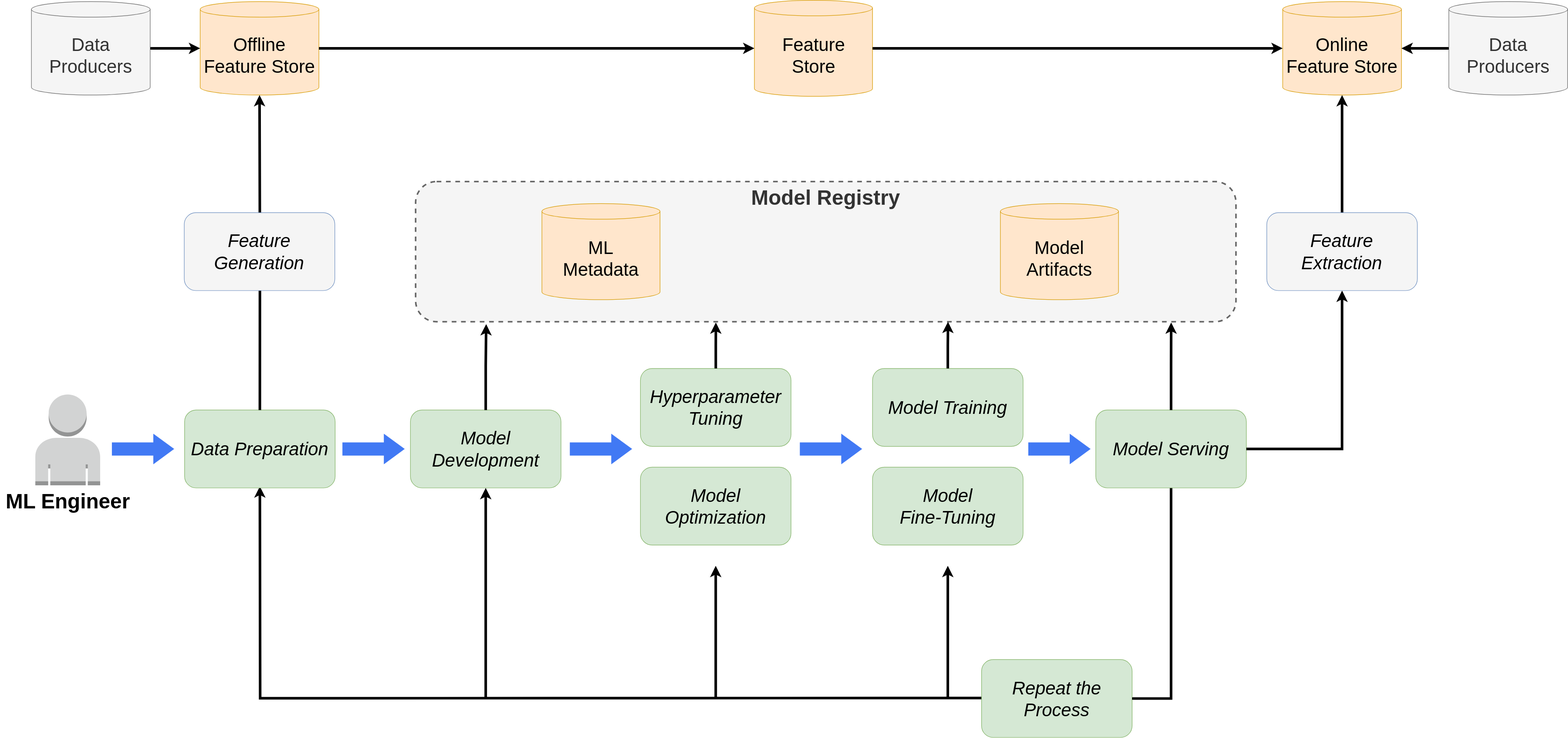
Before: content/en/docs/started/images/ml-lifecycle.drawio.svg, a diagram exported from draw.io (kubeflow/website). Source tidied: cells renumbered, new cells last; positions are measured from the earlier drawing's top-left corner, leaving out a move shared by most shapes.
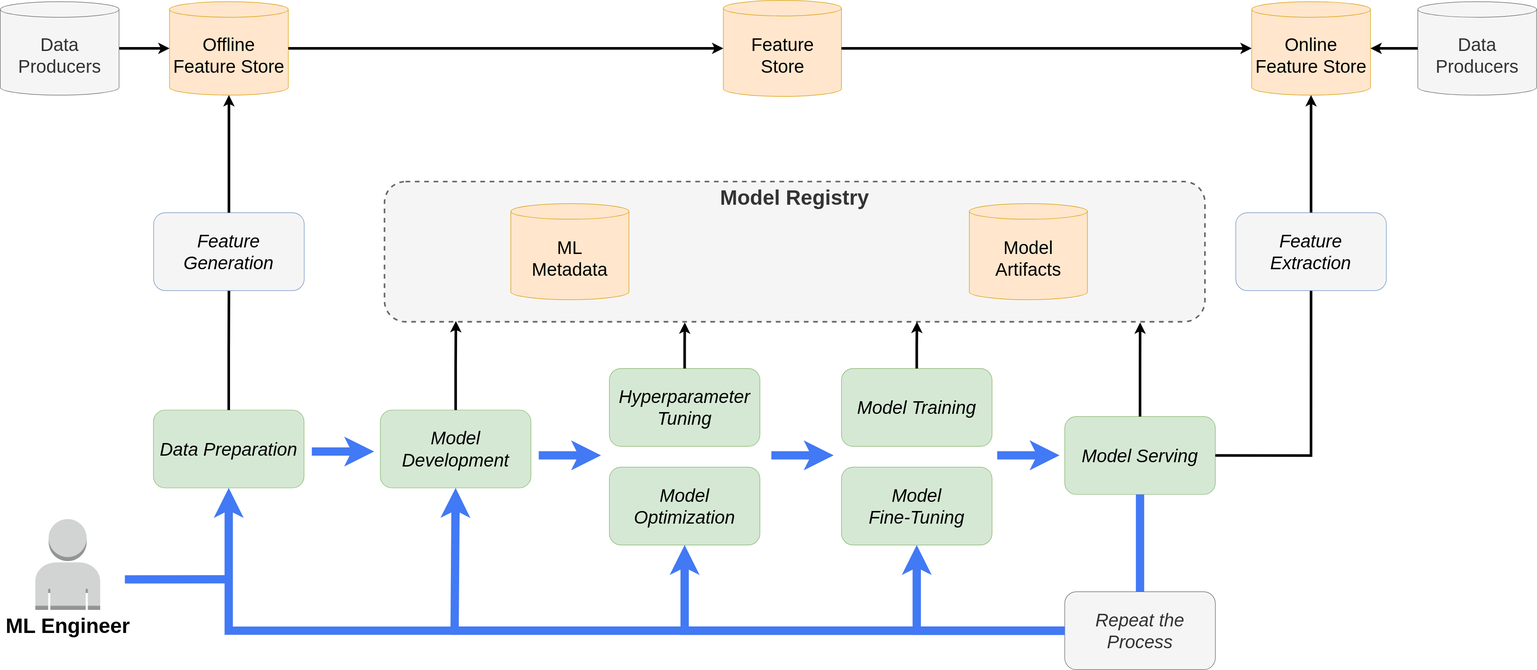
After the commit.

Diff of the diagram source:
```diff
@@ -2,43 +2,19 @@
   <root>
     <mxCell id="0" />
     <mxCell id="1" parent="0" />
-    <mxCell id="2" style="group;" parent="1" vertex="1">
-      <mxGeometry x="20" y="759.1" width="240" height="234.9" as="geometry" />
-    </mxCell>
-    <mxCell id="3" style="dashed=0;verticalLabelPosition=bottom;verticalAlign=top;align=center;html=1;shape=mxgraph.aws3.user;fillColor=#D2D3D3;gradientColor=none;" parent="2" vertex="1">
-      <mxGeometry x="47.5" width="124.9" height="174.9" as="geometry" />
-    </mxCell>
-    <mxCell id="4" value="&lt;b&gt;&lt;font style=&quot;font-size: 40px;&quot;&gt;ML Engineer&lt;/font&gt;&lt;/b&gt;" style="text;html=1;align=center;verticalAlign=middle;strokeColor=none;fillColor=none;fontSize=35;" parent="2" vertex="1">
-      <mxGeometry x="-20" y="174.9" width="260" height="60" as="geometry" />
-    </mxCell>
-    <mxCell id="5" style="edgeStyle=orthogonalEdgeStyle;rounded=0;orthogonalLoop=1;jettySize=auto;html=1;entryX=0.5;entryY=1;entryDx=0;entryDy=0;strokeWidth=5;" parent="1" edge="1">
-      <mxGeometry relative="1" as="geometry">
-        <mxPoint x="2070" y="1343.5" as="sourcePoint" />
-        <mxPoint x="500" y="936" as="targetPoint" />
-      </mxGeometry>
-    </mxCell>
-    <mxCell id="6" value="&lt;div&gt;Repeat the Process&lt;/div&gt;" style="rounded=1;whiteSpace=wrap;html=1;fillColor=#d5e8d4;strokeColor=#82b366;fontSize=35;fontStyle=2;" parent="1" vertex="1">
-      <mxGeometry x="1890" y="1269.5" width="290" height="150" as="geometry" />
-    </mxCell>
     <mxCell id="7" value="&lt;div&gt;Data Preparation&lt;/div&gt;" style="rounded=1;whiteSpace=wrap;html=1;fillColor=#d5e8d4;strokeColor=#82b366;fontSize=35;fontStyle=2;" parent="1" vertex="1">
       <mxGeometry x="355" y="789" width="290" height="150" as="geometry" />
     </mxCell>
     <mxCell id="8" value="Model Development" style="rounded=1;whiteSpace=wrap;html=1;fontSize=35;fontStyle=2;fillColor=#d5e8d4;strokeColor=#82b366;" parent="1" vertex="1">
-      <mxGeometry x="790" y="789" width="290" height="150" as="geometry" />
+      <mxGeometry x="792" y="789" width="290" height="150" as="geometry" />
     </mxCell>
-    <mxCell id="9" style="shape=singleArrow;whiteSpace=wrap;html=1;arrowWidth=0.4307692307692277;arrowSize=0.3352071005917159;fillColor=#4179f4;strokeColor=none;" parent="1" vertex="1">
-      <mxGeometry x="659" y="834.5" width="120" height="59" as="geometry" />
-    </mxCell>
-    <mxCell id="10" style="shape=singleArrow;whiteSpace=wrap;html=1;arrowWidth=0.4307692307692277;arrowSize=0.3352071005917159;fillColor=#4179f4;strokeColor=none;" parent="1" vertex="1">
-      <mxGeometry x="215" y="834.5" width="120" height="59" as="geometry" />
-    </mxCell>
     <mxCell id="11" value="Feature &lt;br&gt;Store" style="shape=cylinder3;whiteSpace=wrap;html=1;boundedLbl=1;backgroundOutline=1;size=15;fillColor=#ffe6cc;strokeColor=#d79b00;fontSize=35;" parent="1" vertex="1">
       <mxGeometry x="1452.5" width="227.5" height="185" as="geometry" />
     </mxCell>
     <mxCell id="12" value="Offline Feature Store" style="shape=cylinder3;whiteSpace=wrap;html=1;boundedLbl=1;backgroundOutline=1;size=15;fillColor=#ffe6cc;strokeColor=#d79b00;fontSize=35;" parent="1" vertex="1">
-      <mxGeometry x="385" y="2.5" width="228.8" height="180" as="geometry" />
+      <mxGeometry x="386" y="2.5" width="228.8" height="180" as="geometry" />
     </mxCell>
-    <mxCell id="13" style="edgeStyle=orthogonalEdgeStyle;rounded=0;jettySize=auto;html=1;entryX=0.5;entryY=1;entryDx=0;entryDy=0;entryPerimeter=0;strokeWidth=5;exitX=0.5;exitY=0;exitDx=0;exitDy=0;" parent="1" edge="1" source="7" target="12">
+    <mxCell id="13" style="edgeStyle=orthogonalEdgeStyle;rounded=0;jettySize=auto;html=1;entryX=0.5;entryY=1;entryDx=0;entryDy=0;strokeWidth=5;exitX=0.5;exitY=0;exitDx=0;exitDy=0;endArrow=none;startFill=0;" parent="1" edge="1" source="7" target="34">
       <mxGeometry relative="1" as="geometry" />
     </mxCell>
     <mxCell id="14" value="Online Feature Store" style="shape=cylinder3;whiteSpace=wrap;html=1;boundedLbl=1;backgroundOutline=1;size=15;fillColor=#ffe6cc;strokeColor=#d79b00;fontSize=35;" parent="1" vertex="1">
@@ -53,29 +29,6 @@
     <mxCell id="17" value="Data Producers" style="shape=cylinder3;whiteSpace=wrap;html=1;boundedLbl=1;backgroundOutline=1;size=15;fontSize=35;fillColor=#f5f5f5;fontColor=#333333;strokeColor=#666666;" parent="1" vertex="1">
       <mxGeometry x="2790" y="2.5" width="228.8" height="180" as="geometry" />
     </mxCell>
-    <mxCell id="18" style="edgeStyle=none;jettySize=auto;html=1;rounded=0;entryX=0.5;entryY=1;entryDx=0;entryDy=0;strokeWidth=5;" parent="1" edge="1" target="8">
-      <mxGeometry relative="1" as="geometry">
-        <mxPoint x="935" y="1342" as="sourcePoint" />
-      </mxGeometry>
-    </mxCell>
-    <mxCell id="19" style="shape=singleArrow;whiteSpace=wrap;html=1;arrowWidth=0.4307692307692277;arrowSize=0.3352071005917159;fillColor=#4179f4;strokeColor=none;" parent="1" vertex="1">
-      <mxGeometry x="1097" y="834.5" width="120" height="59" as="geometry" />
-    </mxCell>
-    <mxCell id="20" style="edgeStyle=none;orthogonalLoop=1;jettySize=auto;html=1;rounded=0;entryX=0.5;entryY=1;entryDx=0;entryDy=0;strokeWidth=5;" parent="1" edge="1">
-      <mxGeometry relative="1" as="geometry">
-        <mxPoint x="1378" y="1342" as="sourcePoint" />
-        <mxPoint x="1378" y="1089" as="targetPoint" />
-      </mxGeometry>
-    </mxCell>
-    <mxCell id="21" style="edgeStyle=none;orthogonalLoop=1;jettySize=auto;html=1;rounded=0;entryX=0.5;entryY=1;entryDx=0;entryDy=0;strokeWidth=5;" parent="1" edge="1">
-      <mxGeometry relative="1" as="geometry">
-        <mxPoint x="1825" y="1342" as="sourcePoint" />
-        <mxPoint x="1825" y="1089" as="targetPoint" />
-      </mxGeometry>
-    </mxCell>
-    <mxCell id="22" style="edgeStyle=orthogonalEdgeStyle;rounded=0;jettySize=auto;html=1;entryX=1;entryY=0.5;entryDx=0;entryDy=0;strokeWidth=5;endArrow=none;endFill=0;exitX=0.5;exitY=1;exitDx=0;exitDy=0;" parent="1" edge="1" source="27" target="6">
-      <mxGeometry relative="1" as="geometry" />
-    </mxCell>
     <mxCell id="23" value="Hyperparameter Tuning" style="rounded=1;whiteSpace=wrap;html=1;fillColor=#d5e8d4;strokeColor=#82b366;fontSize=35;fontStyle=2;" parent="1" vertex="1">
       <mxGeometry x="1233" y="709" width="290" height="150" as="geometry" />
     </mxCell>
@@ -89,7 +42,7 @@
       <mxGeometry x="1680" y="899" width="290" height="150" as="geometry" />
     </mxCell>
     <mxCell id="27" value="Model Serving" style="rounded=1;whiteSpace=wrap;html=1;fillColor=#d5e8d4;strokeColor=#82b366;fontSize=35;fontStyle=2;" parent="1" vertex="1">
-      <mxGeometry x="2110" y="789" width="290" height="150" as="geometry" />
+      <mxGeometry x="2110" y="801.6" width="290" height="150" as="geometry" />
     </mxCell>
     <mxCell id="28" style="edgeStyle=orthogonalEdgeStyle;rounded=0;jettySize=auto;html=1;entryX=0;entryY=0.5;entryDx=0;entryDy=0;entryPerimeter=0;strokeWidth=5;" parent="1" edge="1" source="12" target="11">
       <mxGeometry relative="1" as="geometry" />
@@ -97,12 +50,6 @@
     <mxCell id="29" style="edgeStyle=orthogonalEdgeStyle;rounded=0;jettySize=auto;html=1;entryX=0;entryY=0.5;entryDx=0;entryDy=0;entryPerimeter=0;strokeWidth=5;exitX=1;exitY=0.5;exitDx=0;exitDy=0;exitPerimeter=0;" parent="1" edge="1" source="11" target="14">
       <mxGeometry relative="1" as="geometry" />
     </mxCell>
-    <mxCell id="30" style="shape=singleArrow;whiteSpace=wrap;html=1;arrowWidth=0.4307692307692277;arrowSize=0.3352071005917159;fillColor=#4179f4;strokeColor=none;" parent="1" vertex="1">
-      <mxGeometry x="1980" y="834.5" width="120" height="59" as="geometry" />
-    </mxCell>
-    <mxCell id="31" style="shape=singleArrow;whiteSpace=wrap;html=1;arrowWidth=0.4307692307692277;arrowSize=0.3352071005917159;fillColor=#4179f4;strokeColor=none;" parent="1" vertex="1">
-      <mxGeometry x="1540" y="834.5" width="120" height="59" as="geometry" />
-    </mxCell>
     <mxCell id="32" style="edgeStyle=orthogonalEdgeStyle;rounded=0;jettySize=auto;html=1;strokeWidth=5;" parent="1" edge="1" source="33" target="12">
       <mxGeometry relative="1" as="geometry" />
     </mxCell>
@@ -110,7 +57,7 @@
       <mxGeometry x="60" y="2.5" width="228.8" height="180" as="geometry" />
     </mxCell>
     <mxCell id="34" value="Feature&lt;br&gt;Generation" style="rounded=1;whiteSpace=wrap;html=1;fillColor=#f5f5f5;strokeColor=#6c8ebf;fontSize=35;fontStyle=2;" parent="1" vertex="1">
-      <mxGeometry x="354.4" y="409" width="290" height="150" as="geometry" />
+      <mxGeometry x="355.4" y="409" width="290" height="150" as="geometry" />
     </mxCell>
     <mxCell id="35" value="Model Registry" style="rounded=1;whiteSpace=wrap;html=1;dashed=1;fillColor=#f5f5f5;strokeWidth=3;strokeColor=#666666;fontSize=40;verticalAlign=top;fontStyle=1;fontColor=#333333;" parent="1" vertex="1">
       <mxGeometry x="800" y="349" width="1580" height="270" as="geometry" />
@@ -121,7 +68,7 @@
     <mxCell id="37" value="Model Artifacts" style="shape=cylinder3;whiteSpace=wrap;html=1;boundedLbl=1;backgroundOutline=1;size=15;fillColor=#ffe6cc;strokeColor=#d79b00;fontSize=35;" parent="1" vertex="1">
       <mxGeometry x="1926.2" y="391.5" width="227.5" height="185" as="geometry" />
     </mxCell>
-    <mxCell id="38" style="edgeStyle=orthogonalEdgeStyle;rounded=0;jettySize=auto;html=1;entryX=0.086;entryY=1.017;entryDx=0;entryDy=0;entryPerimeter=0;strokeWidth=5;" parent="1" edge="1" source="8" target="35">
+    <mxCell id="38" style="edgeStyle=orthogonalEdgeStyle;rounded=0;jettySize=auto;html=1;entryX=0.087;entryY=0.995;entryDx=0;entryDy=0;entryPerimeter=0;strokeWidth=5;" parent="1" edge="1" source="8" target="35">
       <mxGeometry relative="1" as="geometry" />
     </mxCell>
     <mxCell id="39" style="edgeStyle=orthogonalEdgeStyle;rounded=0;jettySize=auto;html=1;entryX=0.366;entryY=1.005;entryDx=0;entryDy=0;entryPerimeter=0;strokeWidth=5;" parent="1" edge="1" source="23" target="35">
@@ -133,11 +80,83 @@
     <mxCell id="41" style="edgeStyle=orthogonalEdgeStyle;rounded=0;jettySize=auto;html=1;entryX=0.921;entryY=1.005;entryDx=0;entryDy=0;entryPerimeter=0;strokeWidth=5;" parent="1" edge="1" source="27" target="35">
       <mxGeometry relative="1" as="geometry" />
     </mxCell>
-    <mxCell id="42" style="edgeStyle=orthogonalEdgeStyle;rounded=0;jettySize=auto;html=1;entryX=0.5;entryY=1;entryDx=0;entryDy=0;entryPerimeter=0;strokeWidth=5;endArrow=classic;endFill=1;startArrow=none;startFill=0;exitX=1;exitY=0.5;exitDx=0;exitDy=0;" parent="1" edge="1" source="27" target="43">
+    <mxCell id="42" style="edgeStyle=orthogonalEdgeStyle;rounded=0;jettySize=auto;html=1;entryX=0.5;entryY=1;entryDx=0;entryDy=0;entryPerimeter=0;strokeWidth=5;endArrow=none;endFill=1;startArrow=none;startFill=0;exitX=1;exitY=0.5;exitDx=0;exitDy=0;" parent="1" edge="1" source="27" target="43">
       <mxGeometry relative="1" as="geometry" />
     </mxCell>
     <mxCell id="43" value="Feature&lt;br&gt;Extraction" style="rounded=1;whiteSpace=wrap;html=1;fillColor=#f5f5f5;strokeColor=#6c8ebf;fontSize=35;fontStyle=2;" parent="1" vertex="1">
       <mxGeometry x="2439.4" y="409" width="290" height="150" as="geometry" />
     </mxCell>
+    <mxCell id="44" style="edgeStyle=orthogonalEdgeStyle;rounded=0;jettySize=auto;html=1;strokeWidth=16;exitX=0;exitY=0.5;exitDx=0;exitDy=0;strokeColor=light-dark(#4279f4, #ededed);curved=0;" parent="1" edge="1" source="6" target="7">
+      <mxGeometry relative="1" as="geometry" />
+    </mxCell>
+    <mxCell id="6" value="&lt;div&gt;Repeat the Process&lt;/div&gt;" style="rounded=1;whiteSpace=wrap;html=1;fontSize=35;fontStyle=2;fillColor=#f5f5f5;fontColor=#333333;strokeColor=#666666;" parent="1" vertex="1">
+      <mxGeometry x="2110" y="1139" width="290" height="150" as="geometry" />
+    </mxCell>
+    <mxCell id="45" style="edgeStyle=none;jettySize=auto;html=1;rounded=0;entryX=0.5;entryY=1;entryDx=0;entryDy=0;strokeWidth=16;exitX=0;exitY=0.5;exitDx=0;exitDy=0;strokeColor=light-dark(#4279f4, #ededed);curved=0;" parent="1" edge="1" source="6" target="8">
+      <mxGeometry relative="1" as="geometry">
+        <Array as="points">
+          <mxPoint x="935" y="1214" />
+        </Array>
+      </mxGeometry>
+    </mxCell>
+    <mxCell id="46" style="edgeStyle=none;jettySize=auto;html=1;rounded=0;strokeWidth=16;exitX=0;exitY=0.5;exitDx=0;exitDy=0;strokeColor=light-dark(#4279f4, #ededed);curved=0;" parent="1" edge="1" source="6" target="24">
+      <mxGeometry relative="1" as="geometry">
+        <Array as="points">
+          <mxPoint x="1378" y="1214" />
+        </Array>
+      </mxGeometry>
+    </mxCell>
+    <mxCell id="47" style="edgeStyle=none;jettySize=auto;html=1;rounded=0;strokeWidth=16;exitX=0;exitY=0.5;exitDx=0;exitDy=0;strokeColor=light-dark(#4279f4, #ededed);curved=0;entryX=0.5;entryY=1;entryDx=0;entryDy=0;" parent="1" edge="1" source="6" target="26">
+      <mxGeometry relative="1" as="geometry">
+        <Array as="points">
+          <mxPoint x="1825" y="1214" />
+        </Array>
+      </mxGeometry>
+    </mxCell>
+    <mxCell id="48" style="edgeStyle=none;orthogonalLoop=1;jettySize=auto;html=1;rounded=0;strokeWidth=16;strokeColor=light-dark(#4279f4, #ededed);curved=0;" parent="1" edge="1">
+      <mxGeometry relative="1" as="geometry">
+        <mxPoint x="660" y="869" as="sourcePoint" />
+        <mxPoint x="780" y="869" as="targetPoint" />
+      </mxGeometry>
+    </mxCell>
+    <mxCell id="49" style="edgeStyle=none;orthogonalLoop=1;jettySize=auto;html=1;rounded=0;strokeWidth=16;strokeColor=light-dark(#4279f4, #ededed);curved=0;" parent="1" edge="1">
+      <mxGeometry relative="1" as="geometry">
+        <mxPoint x="1097" y="876.3" as="sourcePoint" />
+        <mxPoint x="1217" y="876.3" as="targetPoint" />
+      </mxGeometry>
+    </mxCell>
+    <mxCell id="50" style="edgeStyle=none;orthogonalLoop=1;jettySize=auto;html=1;rounded=0;strokeWidth=16;strokeColor=light-dark(#4279f4, #ededed);curved=0;" parent="1" edge="1">
+      <mxGeometry relative="1" as="geometry">
+        <mxPoint x="1545" y="876.3" as="sourcePoint" />
+        <mxPoint x="1665" y="876.3" as="targetPoint" />
+      </mxGeometry>
+    </mxCell>
+    <mxCell id="51" style="edgeStyle=none;orthogonalLoop=1;jettySize=auto;html=1;rounded=0;strokeWidth=16;strokeColor=light-dark(#4279f4, #ededed);curved=0;" parent="1" edge="1">
+      <mxGeometry relative="1" as="geometry">
+        <mxPoint x="1980" y="876.3" as="sourcePoint" />
+        <mxPoint x="2100" y="876.3" as="targetPoint" />
+      </mxGeometry>
+    </mxCell>
+    <mxCell id="52" style="edgeStyle=none;jettySize=auto;html=1;rounded=0;strokeWidth=16;exitX=0.5;exitY=0;exitDx=0;exitDy=0;strokeColor=light-dark(#4279f4, #ededed);curved=0;entryX=0.5;entryY=1;entryDx=0;entryDy=0;endArrow=none;startFill=0;" parent="1" edge="1" source="6" target="27">
+      <mxGeometry relative="1" as="geometry" />
+    </mxCell>
+    <mxCell id="53" style="group;" parent="1" vertex="1">
+      <mxGeometry x="80" y="999" width="240" height="234.9" as="geometry" />
+    </mxCell>
+    <mxCell id="3" style="dashed=0;verticalLabelPosition=bottom;verticalAlign=top;align=center;html=1;shape=mxgraph.aws3.user;fillColor=#D2D3D3;gradientColor=none;" parent="53" vertex="1">
+      <mxGeometry x="47.5" width="124.9" height="174.9" as="geometry" />
+    </mxCell>
+    <mxCell id="4" value="&lt;b&gt;&lt;font style=&quot;font-size: 40px;&quot;&gt;ML Engineer&lt;/font&gt;&lt;/b&gt;" style="text;html=1;align=center;verticalAlign=middle;strokeColor=none;fillColor=none;fontSize=35;" parent="53" vertex="1">
+      <mxGeometry x="-20" y="174.9" width="260" height="60" as="geometry" />
+    </mxCell>
+    <mxCell id="54" style="edgeStyle=none;orthogonalLoop=1;jettySize=auto;html=1;rounded=0;strokeWidth=16;strokeColor=light-dark(#4279f4, #ededed);curved=0;endArrow=none;startFill=0;" parent="1" edge="1">
+      <mxGeometry relative="1" as="geometry">
+        <mxPoint x="300" y="1115.2" as="sourcePoint" />
+        <mxPoint x="500" y="1115" as="targetPoint" />
+      </mxGeometry>
+    </mxCell>
+    <mxCell id="55" style="edgeStyle=orthogonalEdgeStyle;rounded=0;jettySize=auto;html=1;strokeWidth=5;" parent="1" edge="1" source="34" target="12">
+      <mxGeometry relative="1" as="geometry" />
+    </mxCell>
   </root>
 </mxGraphModel>
```
